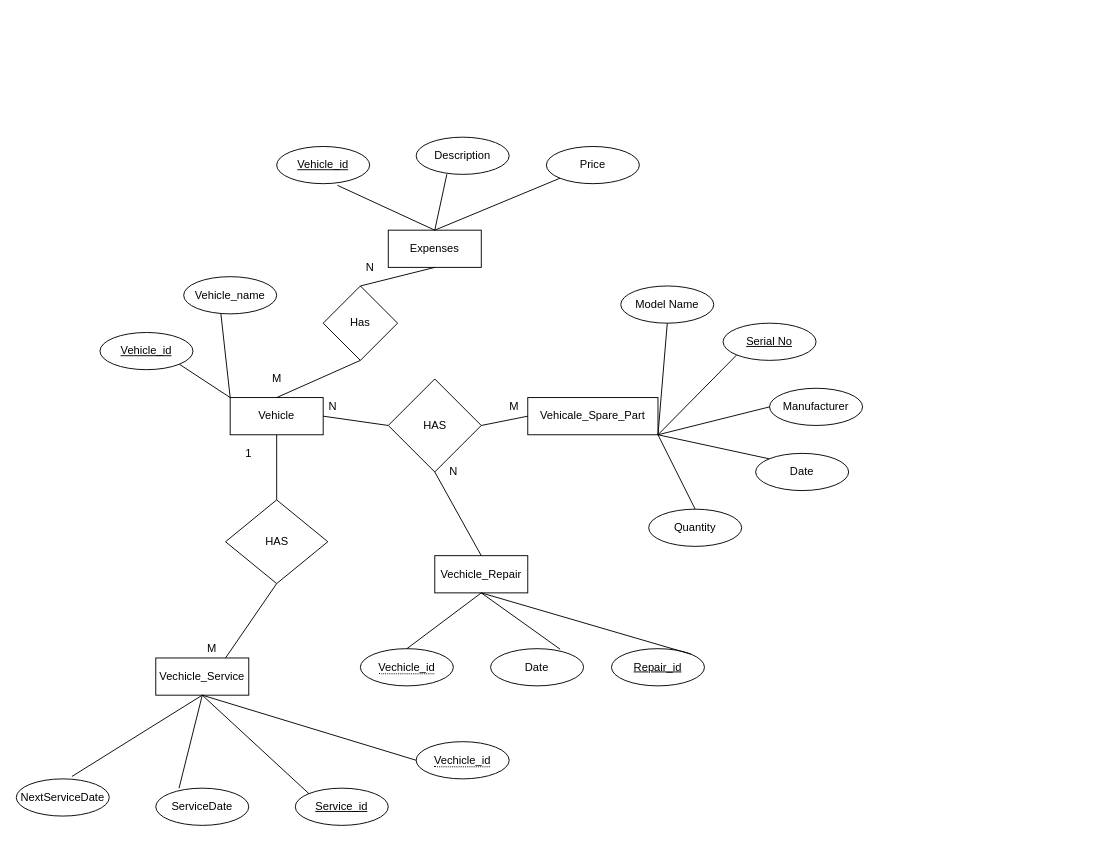
The draw.io diagram ITP.drawio in Lasitha64/Project1, before the edit. Source tidied: cells renumbered, new cells numbered last; positions are measured from the earlier drawing's top-left corner, leaving out a move shared by most shapes. Both pictures are drawn from the tidied source at 93%, with x=0, y=0 at pixel (16, 137).
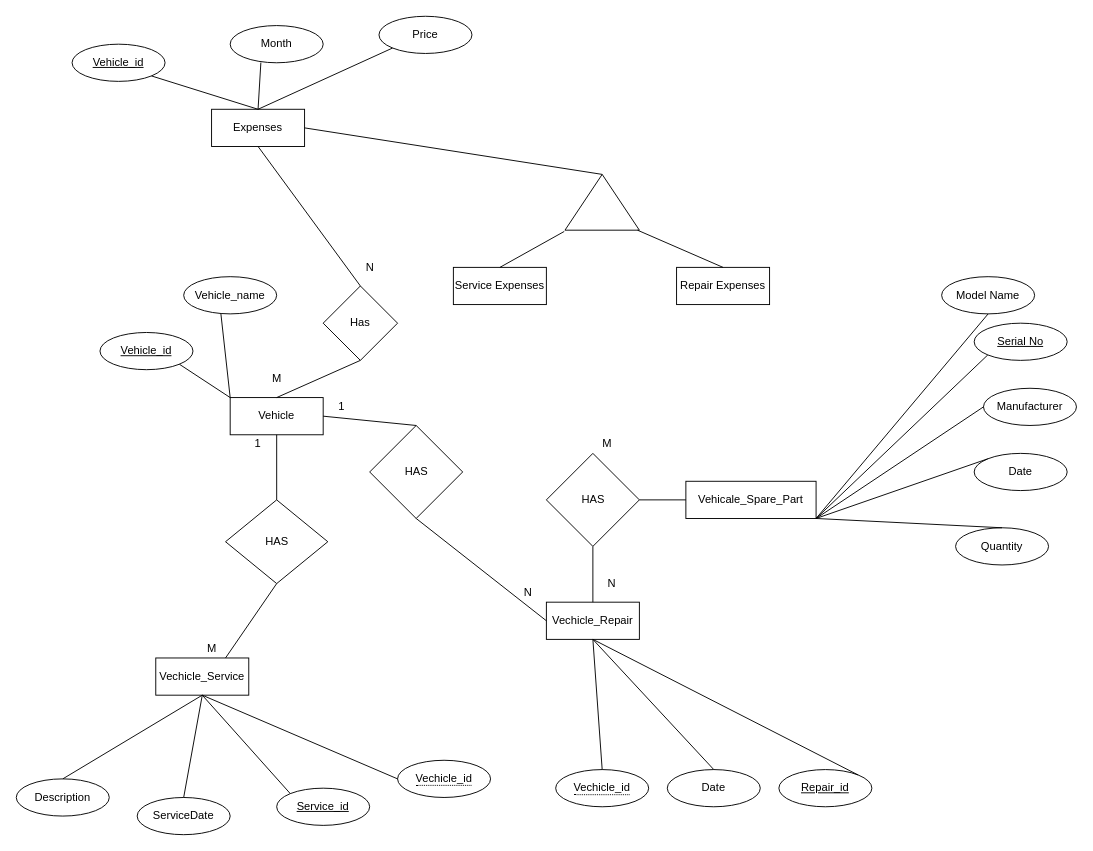
The same page after the edit.

The change refers to these unchanged cells:
```xml
<mxCell id="13" value="Vehicle" style="whiteSpace=wrap;html=1;align=center;" parent="1" vertex="1">
  <mxGeometry x="230" y="280" width="100" height="40" as="geometry" />
</mxCell>
<mxCell id="35" value="Vechicle_Service" style="whiteSpace=wrap;html=1;align=center;" parent="1" vertex="1">
  <mxGeometry x="150" y="560" width="100" height="40" as="geometry" />
</mxCell>
```

Diff of the diagram source:
```diff
@@
     <mxCell id="2" value="Model Name" style="ellipse;whiteSpace=wrap;html=1;align=center;" parent="1" vertex="1">
-      <mxGeometry x="650" y="160" width="100" height="40" as="geometry" />
+      <mxGeometry x="995" y="150" width="100" height="40" as="geometry" />
     </mxCell>
     <mxCell id="3" value="Vehicale_Spare_Part" style="whiteSpace=wrap;html=1;align=center;" parent="1" vertex="1">
-      <mxGeometry x="550" y="280" width="140" height="40" as="geometry" />
+      <mxGeometry x="720" y="370" width="140" height="40" as="geometry" />
     </mxCell>
     <mxCell id="4" value="Serial No" style="ellipse;whiteSpace=wrap;html=1;align=center;fontStyle=4;" parent="1" vertex="1">
-      <mxGeometry x="760" y="200" width="100" height="40" as="geometry" />
+      <mxGeometry x="1030" y="200" width="100" height="40" as="geometry" />
     </mxCell>
     <mxCell id="5" value="Manufacturer" style="ellipse;whiteSpace=wrap;html=1;align=center;" parent="1" vertex="1">
-      <mxGeometry x="810" y="270" width="100" height="40" as="geometry" />
+      <mxGeometry x="1040" y="270" width="100" height="40" as="geometry" />
     </mxCell>
     <mxCell id="6" value="Date&lt;br&gt;" style="ellipse;whiteSpace=wrap;html=1;align=center;" parent="1" vertex="1">
-      <mxGeometry x="795" y="340" width="100" height="40" as="geometry" />
+      <mxGeometry x="1030" y="340" width="100" height="40" as="geometry" />
     </mxCell>
     <mxCell id="7" value="Quantity" style="ellipse;whiteSpace=wrap;html=1;align=center;" parent="1" vertex="1">
-      <mxGeometry x="680" y="400" width="100" height="40" as="geometry" />
+      <mxGeometry x="1010" y="420" width="100" height="40" as="geometry" />
     </mxCell>
@@
-    <mxCell id="10" style="endArrow=none;html=1;entryX=0;entryY=0.5;entryDx=0;entryDy=0;" parent="1" edge="1" target="5">
-      <mxGeometry relative="1" as="geometry">
-        <mxPoint x="690" y="320" as="sourcePoint" />
-      </mxGeometry>
+    <mxCell id="10" style="endArrow=none;html=1;entryX=0;entryY=0.5;entryDx=0;entryDy=0;exitX=1;exitY=1;exitDx=0;exitDy=0;" parent="1" edge="1" source="3" target="5">
+      <mxGeometry relative="1" as="geometry" />
     </mxCell>
@@
     <mxCell id="18" value="HAS" style="shape=rhombus;html=1;dashed=0;whitespace=wrap;perimeter=rhombusPerimeter;" parent="1" vertex="1">
-      <mxGeometry x="400" y="260" width="100" height="100" as="geometry" />
+      <mxGeometry x="380" y="310" width="100" height="100" as="geometry" />
     </mxCell>
-    <mxCell id="19" style="endArrow=none;html=1;entryX=0;entryY=0.5;entryDx=0;entryDy=0;exitX=1;exitY=0.5;exitDx=0;exitDy=0;" parent="1" edge="1" source="18" target="3">
+    <mxCell id="19" style="endArrow=none;html=1;entryX=0;entryY=0.5;entryDx=0;entryDy=0;exitX=1;exitY=0.5;exitDx=0;exitDy=0;" parent="1" edge="1" source="59" target="3">
       <mxGeometry relative="1" as="geometry" />
     </mxCell>
-    <mxCell id="20" style="endArrow=none;html=1;entryX=0;entryY=0.5;entryDx=0;entryDy=0;exitX=1;exitY=0.5;exitDx=0;exitDy=0;" parent="1" edge="1" source="13" target="18">
+    <mxCell id="20" style="endArrow=none;html=1;entryX=0.5;entryY=0;entryDx=0;entryDy=0;exitX=1;exitY=0.5;exitDx=0;exitDy=0;" parent="1" edge="1" source="13" target="18">
       <mxGeometry relative="1" as="geometry" />
     </mxCell>
-    <mxCell id="21" value="N" style="text;html=1;align=center;verticalAlign=middle;strokeColor=none;" parent="1" vertex="1">
-      <mxGeometry x="330" y="280" width="20" height="20" as="geometry" />
-    </mxCell>
     <mxCell id="22" value="M" style="text;html=1;align=center;verticalAlign=middle;strokeColor=none;" parent="1" vertex="1">
-      <mxGeometry x="520" y="280" width="30" height="20" as="geometry" />
+      <mxGeometry x="620" y="320" width="30" height="20" as="geometry" />
     </mxCell>
     <mxCell id="23" value="Vechicle_Repair" style="whiteSpace=wrap;html=1;align=center;" parent="1" vertex="1">
-      <mxGeometry x="450" y="450" width="100" height="40" as="geometry" />
+      <mxGeometry x="570" y="500" width="100" height="40" as="geometry" />
     </mxCell>
     <mxCell id="24" value="&lt;span style=&quot;border-bottom: 1px dotted&quot;&gt;Vechicle_id&lt;br&gt;&lt;/span&gt;" style="ellipse;whiteSpace=wrap;html=1;align=center;" parent="1" vertex="1">
-      <mxGeometry x="370" y="550" width="100" height="40" as="geometry" />
+      <mxGeometry x="580" y="680" width="100" height="40" as="geometry" />
     </mxCell>
     <mxCell id="25" value="Repair_id" style="ellipse;whiteSpace=wrap;html=1;align=center;fontStyle=4;" parent="1" vertex="1">
-      <mxGeometry x="640" y="550" width="100" height="40" as="geometry" />
+      <mxGeometry x="820" y="680" width="100" height="40" as="geometry" />
     </mxCell>
     <mxCell id="26" value="Date" style="ellipse;whiteSpace=wrap;html=1;align=center;" parent="1" vertex="1">
-      <mxGeometry x="510" y="550" width="100" height="40" as="geometry" />
+      <mxGeometry x="700" y="680" width="100" height="40" as="geometry" />
     </mxCell>
@@
-    <mxCell id="29" style="endArrow=none;html=1;entryX=0.748;entryY=0.015;entryDx=0;entryDy=0;exitX=0.5;exitY=1;exitDx=0;exitDy=0;entryPerimeter=0;" parent="1" edge="1" source="23" target="26">
+    <mxCell id="29" style="endArrow=none;html=1;entryX=0.5;entryY=0;entryDx=0;entryDy=0;exitX=0.5;exitY=1;exitDx=0;exitDy=0;" parent="1" edge="1" source="23" target="26">
       <mxGeometry relative="1" as="geometry" />
     </mxCell>
@@
-    <mxCell id="31" style="endArrow=none;html=1;entryX=0.5;entryY=1;entryDx=0;entryDy=0;exitX=0.5;exitY=0;exitDx=0;exitDy=0;" parent="1" edge="1" source="23" target="18">
+    <mxCell id="31" style="endArrow=none;html=1;entryX=0.5;entryY=1;entryDx=0;entryDy=0;exitX=0.5;exitY=0;exitDx=0;exitDy=0;" parent="1" edge="1" source="23" target="59">
       <mxGeometry relative="1" as="geometry" />
     </mxCell>
@@
     <mxCell id="33" value="N" style="text;html=1;align=center;verticalAlign=middle;strokeColor=none;" parent="1" vertex="1">
-      <mxGeometry x="460" y="350" width="20" height="20" as="geometry" />
+      <mxGeometry x="540" y="480" width="20" height="20" as="geometry" />
     </mxCell>
@@
     <mxCell id="36" value="&lt;span style=&quot;border-bottom: 1px dotted&quot;&gt;Vechicle_id&lt;br&gt;&lt;/span&gt;" style="ellipse;whiteSpace=wrap;html=1;align=center;" parent="1" vertex="1">
-      <mxGeometry x="430" y="650" width="100" height="40" as="geometry" />
+      <mxGeometry x="410" y="670" width="100" height="40" as="geometry" />
     </mxCell>
     <mxCell id="37" value="Service_id" style="ellipse;whiteSpace=wrap;html=1;align=center;fontStyle=4;" parent="1" vertex="1">
-      <mxGeometry x="300" y="700" width="100" height="40" as="geometry" />
+      <mxGeometry x="280" y="700" width="100" height="40" as="geometry" />
     </mxCell>
     <mxCell id="38" value="ServiceDate" style="ellipse;whiteSpace=wrap;html=1;align=center;" parent="1" vertex="1">
-      <mxGeometry x="150" y="700" width="100" height="40" as="geometry" />
+      <mxGeometry x="130" y="710" width="100" height="40" as="geometry" />
     </mxCell>
-    <mxCell id="39" value="NextServiceDate" style="ellipse;whiteSpace=wrap;html=1;align=center;" parent="1" vertex="1">
+    <mxCell id="39" value="Description" style="ellipse;whiteSpace=wrap;html=1;align=center;" parent="1" vertex="1">
       <mxGeometry y="690" width="100" height="40" as="geometry" />
     </mxCell>
@@
-    <mxCell id="42" style="endArrow=none;html=1;entryX=0.25;entryY=0;entryDx=0;entryDy=0;exitX=0.5;exitY=1;exitDx=0;exitDy=0;entryPerimeter=0;" parent="1" edge="1" source="35" target="38">
+    <mxCell id="42" style="endArrow=none;html=1;entryX=0.5;entryY=0;entryDx=0;entryDy=0;exitX=0.5;exitY=1;exitDx=0;exitDy=0;" parent="1" edge="1" source="35" target="38">
       <mxGeometry relative="1" as="geometry" />
     </mxCell>
-    <mxCell id="43" style="endArrow=none;html=1;entryX=0.598;entryY=-0.065;entryDx=0;entryDy=0;exitX=0.5;exitY=1;exitDx=0;exitDy=0;entryPerimeter=0;" parent="1" edge="1" source="35" target="39">
+    <mxCell id="43" style="endArrow=none;html=1;entryX=0.5;entryY=0;entryDx=0;entryDy=0;exitX=0.5;exitY=1;exitDx=0;exitDy=0;" parent="1" edge="1" source="35" target="39">
       <mxGeometry relative="1" as="geometry" />
     </mxCell>
@@
     <mxCell id="46" value="Expenses" style="whiteSpace=wrap;html=1;align=center;" parent="1" vertex="1">
-      <mxGeometry x="400" y="100" width="100" height="40" as="geometry" />
+      <mxGeometry x="210" y="-30" width="100" height="40" as="geometry" />
     </mxCell>
     <mxCell id="47" value="&lt;u&gt;Vehicle_id&lt;/u&gt;" style="ellipse;whiteSpace=wrap;html=1;align=center;" parent="1" vertex="1">
-      <mxGeometry x="280" y="10" width="100" height="40" as="geometry" />
+      <mxGeometry x="60" y="-100" width="100" height="40" as="geometry" />
     </mxCell>
-    <mxCell id="48" value="Description" style="ellipse;whiteSpace=wrap;html=1;align=center;" parent="1" vertex="1">
-      <mxGeometry x="430" width="100" height="40" as="geometry" />
+    <mxCell id="48" value="Month" style="ellipse;whiteSpace=wrap;html=1;align=center;" parent="1" vertex="1">
+      <mxGeometry x="230" y="-120" width="100" height="40" as="geometry" />
     </mxCell>
     <mxCell id="49" value="Price" style="ellipse;whiteSpace=wrap;html=1;align=center;" parent="1" vertex="1">
-      <mxGeometry x="570" y="10" width="100" height="40" as="geometry" />
+      <mxGeometry x="390" y="-130" width="100" height="40" as="geometry" />
     </mxCell>
-    <mxCell id="50" style="endArrow=none;html=1;entryX=0.654;entryY=1.045;entryDx=0;entryDy=0;exitX=0.5;exitY=0;exitDx=0;exitDy=0;entryPerimeter=0;" parent="1" edge="1" source="46" target="47">
+    <mxCell id="50" style="endArrow=none;html=1;entryX=1;entryY=1;entryDx=0;entryDy=0;exitX=0.5;exitY=0;exitDx=0;exitDy=0;" parent="1" edge="1" source="46" target="47">
       <mxGeometry relative="1" as="geometry" />
     </mxCell>
@@
     <mxCell id="58" value="1" style="text;html=1;strokeColor=none;fillColor=none;align=center;verticalAlign=middle;whiteSpace=wrap;rounded=0;" parent="1" vertex="1">
-      <mxGeometry x="230" y="330" width="40" height="20" as="geometry" />
+      <mxGeometry x="240" y="320" width="40" height="20" as="geometry" />
     </mxCell>
+    <mxCell id="59" value="HAS" style="shape=rhombus;html=1;dashed=0;whitespace=wrap;perimeter=rhombusPerimeter;" parent="1" vertex="1">
+      <mxGeometry x="570" y="340" width="100" height="100" as="geometry" />
+    </mxCell>
+    <mxCell id="60" style="endArrow=none;html=1;entryX=0.5;entryY=1;entryDx=0;entryDy=0;exitX=0;exitY=0.5;exitDx=0;exitDy=0;" parent="1" edge="1" source="23" target="18">
+      <mxGeometry relative="1" as="geometry" />
+    </mxCell>
+    <mxCell id="61" value="1" style="text;html=1;strokeColor=none;fillColor=none;align=center;verticalAlign=middle;whiteSpace=wrap;rounded=0;" parent="1" vertex="1">
+      <mxGeometry x="330" y="280" width="40" height="20" as="geometry" />
+    </mxCell>
+    <mxCell id="21" value="N" style="text;html=1;align=center;verticalAlign=middle;strokeColor=none;" parent="1" vertex="1">
+      <mxGeometry x="630" y="470" width="20" height="20" as="geometry" />
+    </mxCell>
+    <mxCell id="62" style="triangle;whiteSpace=wrap;html=1;rotation=-90;" parent="1" vertex="1">
+      <mxGeometry x="600" y="30" width="60" height="80" as="geometry" />
+    </mxCell>
+    <mxCell id="63" style="endArrow=none;html=1;entryX=1;entryY=0.5;entryDx=0;entryDy=0;exitX=1;exitY=0.5;exitDx=0;exitDy=0;" parent="1" edge="1" source="62" target="46">
+      <mxGeometry relative="1" as="geometry" />
+    </mxCell>
+    <mxCell id="64" value="Service Expenses" style="whiteSpace=wrap;html=1;align=center;" parent="1" vertex="1">
+      <mxGeometry x="470" y="140" width="100" height="40" as="geometry" />
+    </mxCell>
+    <mxCell id="65" value="Repair Expenses" style="whiteSpace=wrap;html=1;align=center;" parent="1" vertex="1">
+      <mxGeometry x="710" y="140" width="100" height="40" as="geometry" />
+    </mxCell>
+    <mxCell id="66" style="endArrow=none;html=1;entryX=-0.023;entryY=-0.01;entryDx=0;entryDy=0;exitX=0.5;exitY=0;exitDx=0;exitDy=0;entryPerimeter=0;" parent="1" edge="1" source="64" target="62">
+      <mxGeometry relative="1" as="geometry" />
+    </mxCell>
+    <mxCell id="67" style="endArrow=none;html=1;exitX=0.5;exitY=0;exitDx=0;exitDy=0;" parent="1" edge="1" source="65">
+      <mxGeometry relative="1" as="geometry">
+        <mxPoint x="668" y="100" as="targetPoint" />
+      </mxGeometry>
+    </mxCell>
```
